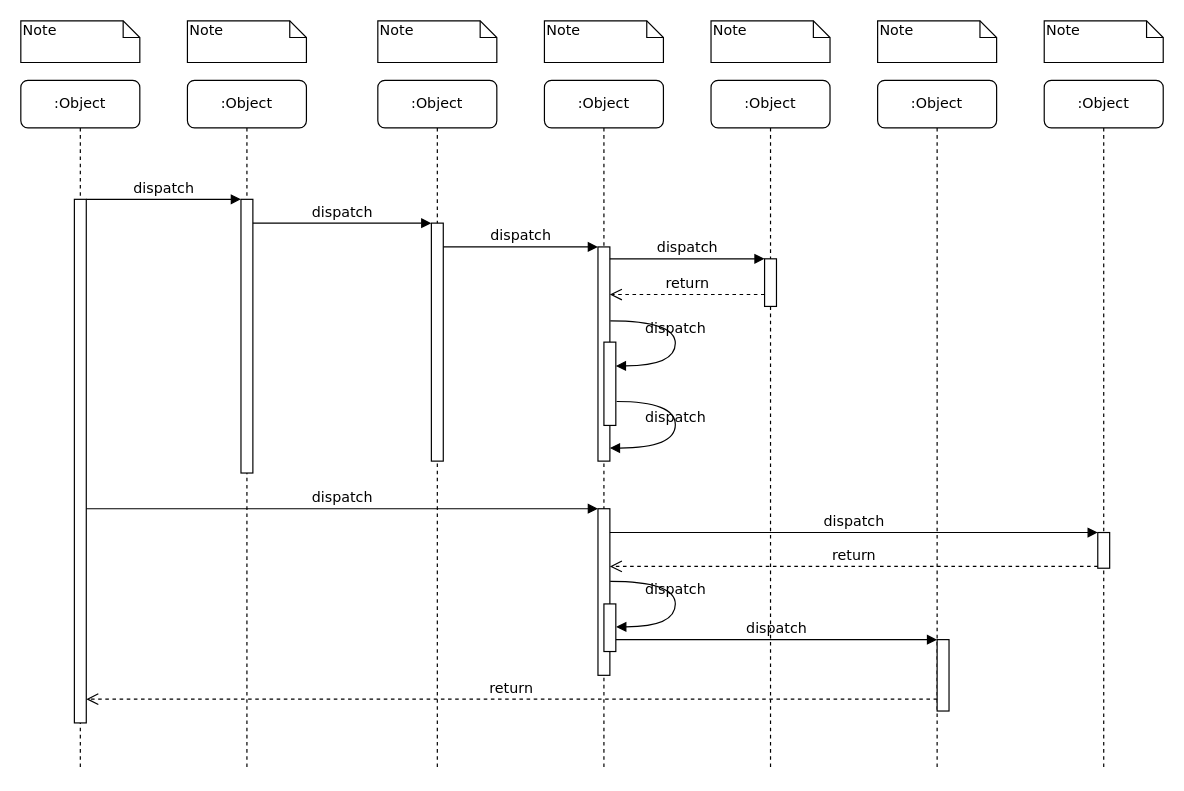
sf-test/org-repo keeps this draw.io diagram as create po flow.drawio. Above is the earlier version. Source tidied: cells renumbered, new cells numbered last; positions are measured from the earlier drawing's top-left corner, leaving out a move shared by most shapes. Both pictures are drawn from the tidied source at 119%, with x=0, y=0 at pixel (20, 20).
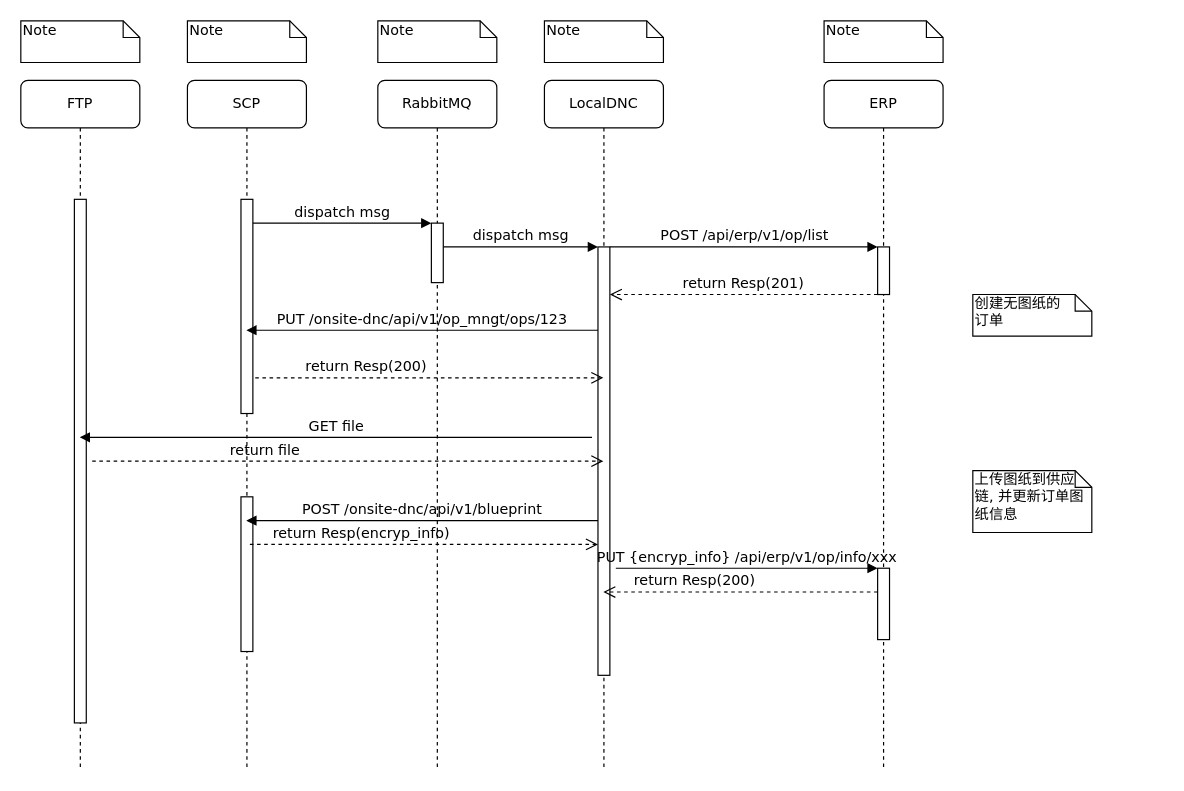
The same diagram, later.

Unchanged cells that the change refers to:
```xml
<mxCell id="11" style="html=1;points=[];perimeter=orthogonalPerimeter;rounded=0;shadow=0;comic=0;labelBackgroundColor=none;strokeWidth=1;fontFamily=Verdana;fontSize=12;align=center;" parent="10" vertex="1">
  <mxGeometry x="45" y="100" width="10" height="440" as="geometry" />
</mxCell>
```

What changed in the source:
```diff
@@
-    <mxCell id="2" value=":Object" style="shape=umlLifeline;perimeter=lifelinePerimeter;whiteSpace=wrap;html=1;outlineConnect=0;rounded=1;shadow=0;comic=0;labelBackgroundColor=none;strokeWidth=1;fontFamily=Verdana;fontSize=12;align=center;" parent="1" vertex="1">
+    <mxCell id="2" value="SCP" style="shape=umlLifeline;perimeter=lifelinePerimeter;whiteSpace=wrap;html=1;outlineConnect=0;rounded=1;shadow=0;comic=0;labelBackgroundColor=none;strokeWidth=1;fontFamily=Verdana;fontSize=12;align=center;" parent="1" vertex="1">
       <mxGeometry x="140" y="50" width="100" height="580" as="geometry" />
     </mxCell>
     <mxCell id="3" style="html=1;points=[];perimeter=orthogonalPerimeter;rounded=0;shadow=0;comic=0;labelBackgroundColor=none;strokeWidth=1;fontFamily=Verdana;fontSize=12;align=center;" parent="2" vertex="1">
-      <mxGeometry x="45" y="100" width="10" height="230" as="geometry" />
+      <mxGeometry x="45" y="100" width="10" height="180" as="geometry" />
     </mxCell>
+    <mxCell id="39" style="html=1;perimeter=orthogonalPerimeter;rounded=0;shadow=0;comic=0;labelBackgroundColor=none;strokeWidth=1;fontFamily=Verdana;fontSize=12;align=center;" parent="2" vertex="1">
+      <mxGeometry x="45" y="350" width="10" height="130" as="geometry" />
+    </mxCell>
-    <mxCell id="4" value=":Object" style="shape=umlLifeline;perimeter=lifelinePerimeter;whiteSpace=wrap;html=1;rounded=1;shadow=0;comic=0;labelBackgroundColor=none;strokeWidth=1;fontFamily=Verdana;fontSize=12;align=center;" parent="1" vertex="1">
+    <mxCell id="4" value="RabbitMQ" style="shape=umlLifeline;perimeter=lifelinePerimeter;whiteSpace=wrap;html=1;rounded=1;shadow=0;comic=0;labelBackgroundColor=none;strokeWidth=1;fontFamily=Verdana;fontSize=12;align=center;" parent="1" vertex="1">
       <mxGeometry x="300" y="50" width="100" height="580" as="geometry" />
     </mxCell>
     <mxCell id="5" style="html=1;points=[];perimeter=orthogonalPerimeter;rounded=0;shadow=0;comic=0;labelBackgroundColor=none;strokeWidth=1;fontFamily=Verdana;fontSize=12;align=center;" parent="4" vertex="1">
-      <mxGeometry x="45" y="120" width="10" height="200" as="geometry" />
+      <mxGeometry x="45" y="120" width="10" height="50" as="geometry" />
     </mxCell>
-    <mxCell id="6" value=":Object" style="shape=umlLifeline;perimeter=lifelinePerimeter;whiteSpace=wrap;html=1;outlineConnect=0;rounded=1;shadow=0;comic=0;labelBackgroundColor=none;strokeWidth=1;fontFamily=Verdana;fontSize=12;align=center;" parent="1" vertex="1">
+    <mxCell id="6" value="LocalDNC" style="shape=umlLifeline;perimeter=lifelinePerimeter;whiteSpace=wrap;html=1;outlineConnect=0;rounded=1;shadow=0;comic=0;labelBackgroundColor=none;strokeWidth=1;fontFamily=Verdana;fontSize=12;align=center;" parent="1" vertex="1">
       <mxGeometry x="440" y="50" width="100" height="580" as="geometry" />
     </mxCell>
-    <mxCell id="7" value=":Object" style="shape=umlLifeline;perimeter=lifelinePerimeter;whiteSpace=wrap;html=1;rounded=1;shadow=0;comic=0;labelBackgroundColor=none;strokeWidth=1;fontFamily=Verdana;fontSize=12;align=center;" parent="1" vertex="1">
-      <mxGeometry x="580" y="50" width="100" height="580" as="geometry" />
+    <mxCell id="7" value="ERP" style="shape=umlLifeline;perimeter=lifelinePerimeter;whiteSpace=wrap;html=1;rounded=1;shadow=0;comic=0;labelBackgroundColor=none;strokeWidth=1;fontFamily=Verdana;fontSize=12;align=center;" parent="1" vertex="1">
+      <mxGeometry x="675" y="50" width="100" height="580" as="geometry" />
     </mxCell>
-    <mxCell id="8" value=":Object" style="shape=umlLifeline;perimeter=lifelinePerimeter;whiteSpace=wrap;html=1;rounded=1;shadow=0;comic=0;labelBackgroundColor=none;strokeWidth=1;fontFamily=Verdana;fontSize=12;align=center;" parent="1" vertex="1">
-      <mxGeometry x="720" y="50" width="100" height="580" as="geometry" />
-    </mxCell>
-    <mxCell id="9" value=":Object" style="shape=umlLifeline;perimeter=lifelinePerimeter;whiteSpace=wrap;html=1;rounded=1;shadow=0;comic=0;labelBackgroundColor=none;strokeWidth=1;fontFamily=Verdana;fontSize=12;align=center;" parent="1" vertex="1">
-      <mxGeometry x="860" y="50" width="100" height="580" as="geometry" />
-    </mxCell>
+    <mxCell id="22" style="html=1;points=[];perimeter=orthogonalPerimeter;rounded=0;shadow=0;comic=0;labelBackgroundColor=none;strokeWidth=1;fontFamily=Verdana;fontSize=12;align=center;" parent="7" vertex="1">
+      <mxGeometry x="45" y="410" width="10" height="60" as="geometry" />
+    </mxCell>
-    <mxCell id="10" value=":Object" style="shape=umlLifeline;perimeter=lifelinePerimeter;whiteSpace=wrap;html=1;outlineConnect=0;rounded=1;shadow=0;comic=0;labelBackgroundColor=none;strokeWidth=1;fontFamily=Verdana;fontSize=12;align=center;" parent="1" vertex="1">
+    <mxCell id="10" value="FTP" style="shape=umlLifeline;perimeter=lifelinePerimeter;whiteSpace=wrap;html=1;outlineConnect=0;rounded=1;shadow=0;comic=0;labelBackgroundColor=none;strokeWidth=1;fontFamily=Verdana;fontSize=12;align=center;" parent="1" vertex="1">
       <mxGeometry y="50" width="100" height="580" as="geometry" />
     </mxCell>
@@
     <mxCell id="12" style="html=1;points=[];perimeter=orthogonalPerimeter;rounded=0;shadow=0;comic=0;labelBackgroundColor=none;strokeWidth=1;fontFamily=Verdana;fontSize=12;align=center;" parent="1" vertex="1">
-      <mxGeometry x="485" y="190" width="10" height="180" as="geometry" />
+      <mxGeometry x="485" y="190" width="10" height="360" as="geometry" />
     </mxCell>
-    <mxCell id="13" value="dispatch" style="html=1;verticalAlign=bottom;endArrow=block;labelBackgroundColor=none;fontFamily=Verdana;fontSize=12;edgeStyle=elbowEdgeStyle;elbow=vertical;" parent="1" edge="1" source="5" target="12">
+    <mxCell id="13" value="dispatch msg" style="html=1;verticalAlign=bottom;endArrow=block;labelBackgroundColor=none;fontFamily=Verdana;fontSize=12;edgeStyle=elbowEdgeStyle;elbow=vertical;" parent="1" edge="1" source="5" target="12">
       <mxGeometry relative="1" as="geometry">
         <Array as="points">
           <mxPoint x="360" y="190" />
         </Array>
       </mxGeometry>
     </mxCell>
     <mxCell id="14" style="html=1;points=[];perimeter=orthogonalPerimeter;rounded=0;shadow=0;comic=0;labelBackgroundColor=none;strokeWidth=1;fontFamily=Verdana;fontSize=12;align=center;" parent="1" vertex="1">
-      <mxGeometry x="625" y="200" width="10" height="40" as="geometry" />
+      <mxGeometry x="720" y="190" width="10" height="40" as="geometry" />
     </mxCell>
-    <mxCell id="15" value="dispatch" style="html=1;verticalAlign=bottom;endArrow=block;entryX=0;entryY=0;labelBackgroundColor=none;fontFamily=Verdana;fontSize=12;edgeStyle=elbowEdgeStyle;elbow=vertical;" parent="1" edge="1" source="12" target="14">
+    <mxCell id="15" value="POST /api/erp/v1/op/list" style="html=1;verticalAlign=bottom;endArrow=block;entryX=0;entryY=0;labelBackgroundColor=none;fontFamily=Verdana;fontSize=12;edgeStyle=elbowEdgeStyle;elbow=vertical;" parent="1" edge="1" source="12" target="14">
       <mxGeometry relative="1" as="geometry" />
     </mxCell>
-    <mxCell id="16" value="return" style="html=1;verticalAlign=bottom;endArrow=open;dashed=1;endSize=8;labelBackgroundColor=none;fontFamily=Verdana;fontSize=12;edgeStyle=elbowEdgeStyle;elbow=vertical;" parent="1" edge="1" source="14" target="12">
+    <mxCell id="16" value="return Resp(201)" style="html=1;verticalAlign=bottom;endArrow=open;dashed=1;endSize=8;labelBackgroundColor=none;fontFamily=Verdana;fontSize=12;edgeStyle=elbowEdgeStyle;elbow=vertical;" parent="1" edge="1" source="14" target="12">
       <mxGeometry relative="1" as="geometry">
         <Array as="points">
           <mxPoint x="570" y="230" />
           <mxPoint x="600" y="230" />
         </Array>
       </mxGeometry>
     </mxCell>
-    <mxCell id="17" style="html=1;points=[];perimeter=orthogonalPerimeter;rounded=0;shadow=0;comic=0;labelBackgroundColor=none;strokeWidth=1;fontFamily=Verdana;fontSize=12;align=center;" parent="1" vertex="1">
-      <mxGeometry x="485" y="410" width="10" height="140" as="geometry" />
-    </mxCell>
-    <mxCell id="18" value="dispatch" style="html=1;verticalAlign=bottom;endArrow=block;entryX=0;entryY=0;labelBackgroundColor=none;fontFamily=Verdana;fontSize=12;" parent="1" edge="1" source="11" target="17">
-      <mxGeometry relative="1" as="geometry" />
-    </mxCell>
-    <mxCell id="19" style="html=1;points=[];perimeter=orthogonalPerimeter;rounded=0;shadow=0;comic=0;labelBackgroundColor=none;strokeColor=#000000;strokeWidth=1;fillColor=#FFFFFF;fontFamily=Verdana;fontSize=12;fontColor=#000000;align=center;" parent="1" vertex="1">
-      <mxGeometry x="905" y="430" width="10" height="30" as="geometry" />
-    </mxCell>
-    <mxCell id="20" value="dispatch" style="html=1;verticalAlign=bottom;endArrow=block;entryX=0;entryY=0;labelBackgroundColor=none;fontFamily=Verdana;fontSize=12;" parent="1" edge="1" source="17" target="19">
-      <mxGeometry relative="1" as="geometry" />
-    </mxCell>
-    <mxCell id="21" value="return" style="html=1;verticalAlign=bottom;endArrow=open;dashed=1;endSize=8;exitX=0;exitY=0.95;labelBackgroundColor=none;fontFamily=Verdana;fontSize=12;" parent="1" edge="1" source="19" target="17">
-      <mxGeometry relative="1" as="geometry" />
-    </mxCell>
-    <mxCell id="22" style="html=1;points=[];perimeter=orthogonalPerimeter;rounded=0;shadow=0;comic=0;labelBackgroundColor=none;strokeWidth=1;fontFamily=Verdana;fontSize=12;align=center;" parent="1" vertex="1">
-      <mxGeometry x="770" y="520" width="10" height="60" as="geometry" />
-    </mxCell>
-    <mxCell id="23" value="dispatch" style="html=1;verticalAlign=bottom;endArrow=block;entryX=0;entryY=0;labelBackgroundColor=none;fontFamily=Verdana;fontSize=12;edgeStyle=elbowEdgeStyle;elbow=vertical;" parent="1" edge="1" source="30" target="22">
-      <mxGeometry relative="1" as="geometry" />
+    <mxCell id="23" value="PUT {encryp_info} /api/erp/v1/op/info/xxx" style="html=1;verticalAlign=bottom;endArrow=block;entryX=0;entryY=0;labelBackgroundColor=none;fontFamily=Verdana;fontSize=12;edgeStyle=elbowEdgeStyle;elbow=vertical;" parent="1" edge="1" target="22">
+      <mxGeometry relative="1" as="geometry">
+        <mxPoint x="500" y="460" as="sourcePoint" />
+        <Array as="points">
+          <mxPoint x="560" y="460" />
+          <mxPoint x="640" y="520" />
+        </Array>
+      </mxGeometry>
     </mxCell>
-    <mxCell id="24" value="return" style="html=1;verticalAlign=bottom;endArrow=open;dashed=1;endSize=8;labelBackgroundColor=none;fontFamily=Verdana;fontSize=12;edgeStyle=elbowEdgeStyle;elbow=vertical;" parent="1" edge="1" source="22" target="11">
-      <mxGeometry relative="1" as="geometry">
-        <Array as="points">
-          <mxPoint x="470" y="570" />
-        </Array>
-      </mxGeometry>
-    </mxCell>
-    <mxCell id="25" value="dispatch" style="html=1;verticalAlign=bottom;endArrow=block;entryX=0;entryY=0;labelBackgroundColor=none;fontFamily=Verdana;fontSize=12;edgeStyle=elbowEdgeStyle;elbow=vertical;" parent="1" edge="1" source="11" target="3">
-      <mxGeometry relative="1" as="geometry" />
-    </mxCell>
-    <mxCell id="26" value="dispatch" style="html=1;verticalAlign=bottom;endArrow=block;entryX=0;entryY=0;labelBackgroundColor=none;fontFamily=Verdana;fontSize=12;edgeStyle=elbowEdgeStyle;elbow=vertical;" parent="1" edge="1" source="3" target="5">
+    <mxCell id="26" value="&lt;div&gt;dispatch msg&lt;br&gt;&lt;/div&gt;" style="html=1;verticalAlign=bottom;endArrow=block;entryX=0;entryY=0;labelBackgroundColor=none;fontFamily=Verdana;fontSize=12;edgeStyle=elbowEdgeStyle;elbow=vertical;" parent="1" edge="1" source="3" target="5">
       <mxGeometry relative="1" as="geometry" />
     </mxCell>
-    <mxCell id="27" style="html=1;points=[];perimeter=orthogonalPerimeter;rounded=0;shadow=0;comic=0;labelBackgroundColor=none;strokeWidth=1;fontFamily=Verdana;fontSize=12;align=center;" parent="1" vertex="1">
-      <mxGeometry x="490" y="270" width="10" height="70" as="geometry" />
-    </mxCell>
-    <mxCell id="28" value="dispatch" style="html=1;verticalAlign=bottom;endArrow=block;labelBackgroundColor=none;fontFamily=Verdana;fontSize=12;elbow=vertical;edgeStyle=orthogonalEdgeStyle;curved=1;entryX=1;entryY=0.286;entryPerimeter=0;exitX=1.038;exitY=0.345;exitPerimeter=0;" parent="1" edge="1" source="12" target="27">
-      <mxGeometry relative="1" as="geometry">
-        <Array as="points">
-          <mxPoint x="550" y="252" />
-          <mxPoint x="550" y="290" />
-        </Array>
-      </mxGeometry>
-    </mxCell>
-    <mxCell id="29" value="dispatch" style="html=1;verticalAlign=bottom;endArrow=block;labelBackgroundColor=none;fontFamily=Verdana;fontSize=12;elbow=vertical;edgeStyle=orthogonalEdgeStyle;curved=1;exitX=1.066;exitY=0.713;exitPerimeter=0;" parent="1" edge="1" source="27">
-      <mxGeometry relative="1" as="geometry">
-        <mxPoint x="495" y="359" as="targetPoint" />
-        <Array as="points">
-          <mxPoint x="550" y="320" />
-          <mxPoint x="550" y="359" />
-        </Array>
-      </mxGeometry>
-    </mxCell>
-    <mxCell id="30" style="html=1;points=[];perimeter=orthogonalPerimeter;rounded=0;shadow=0;comic=0;labelBackgroundColor=none;strokeWidth=1;fontFamily=Verdana;fontSize=12;align=center;" parent="1" vertex="1">
-      <mxGeometry x="490" y="490" width="10" height="40" as="geometry" />
-    </mxCell>
-    <mxCell id="31" value="dispatch" style="html=1;verticalAlign=bottom;endArrow=block;labelBackgroundColor=none;fontFamily=Verdana;fontSize=12;elbow=vertical;edgeStyle=orthogonalEdgeStyle;curved=1;entryX=1;entryY=0.286;entryPerimeter=0;exitX=1.038;exitY=0.345;exitPerimeter=0;" parent="1" edge="1">
-      <mxGeometry relative="1" as="geometry">
-        <mxPoint x="495.3" y="471" as="sourcePoint" />
-        <mxPoint x="500.3" y="509.3" as="targetPoint" />
-        <Array as="points">
-          <mxPoint x="550" y="471" />
-          <mxPoint x="550" y="509" />
-        </Array>
-      </mxGeometry>
-    </mxCell>
@@
     <mxCell id="36" value="Note" style="shape=note;whiteSpace=wrap;html=1;size=14;verticalAlign=top;align=left;spacingTop=-6;rounded=0;shadow=0;comic=0;labelBackgroundColor=none;strokeWidth=1;fontFamily=Verdana;fontSize=12;" parent="1" vertex="1">
-      <mxGeometry x="580" width="100" height="35" as="geometry" />
+      <mxGeometry x="675" width="100" height="35" as="geometry" />
     </mxCell>
-    <mxCell id="37" value="Note" style="shape=note;whiteSpace=wrap;html=1;size=14;verticalAlign=top;align=left;spacingTop=-6;rounded=0;shadow=0;comic=0;labelBackgroundColor=none;strokeWidth=1;fontFamily=Verdana;fontSize=12;" parent="1" vertex="1">
-      <mxGeometry x="720" width="100" height="35" as="geometry" />
-    </mxCell>
-    <mxCell id="38" value="Note" style="shape=note;whiteSpace=wrap;html=1;size=14;verticalAlign=top;align=left;spacingTop=-6;rounded=0;shadow=0;comic=0;labelBackgroundColor=none;strokeWidth=1;fontFamily=Verdana;fontSize=12;" parent="1" vertex="1">
-      <mxGeometry x="860" width="100" height="35" as="geometry" />
-    </mxCell>
+    <mxCell id="40" value="PUT /onsite-dnc/api/v1/op_mngt/ops/123 " style="html=1;verticalAlign=bottom;endArrow=block;labelBackgroundColor=none;fontFamily=Verdana;fontSize=12;edgeStyle=elbowEdgeStyle;elbow=vertical;" parent="1" edge="1" target="2">
+      <mxGeometry relative="1" as="geometry">
+        <mxPoint x="485" y="260" as="sourcePoint" />
+      </mxGeometry>
+    </mxCell>
+    <mxCell id="41" value="return Resp(200)" style="html=1;verticalAlign=bottom;endArrow=open;dashed=1;endSize=8;labelBackgroundColor=none;fontFamily=Verdana;fontSize=12;edgeStyle=elbowEdgeStyle;elbow=vertical;" parent="1" edge="1" target="6">
+      <mxGeometry x="-0.23" y="-20" relative="1" as="geometry">
+        <mxPoint x="197" y="300" as="sourcePoint" />
+        <Array as="points">
+          <mxPoint x="310" y="300" />
+        </Array>
+        <mxPoint x="-20" y="-20" as="offset" />
+      </mxGeometry>
+    </mxCell>
+    <mxCell id="42" value="GET file" style="html=1;verticalAlign=bottom;endArrow=block;labelBackgroundColor=none;fontFamily=Verdana;fontSize=12;" parent="1" edge="1" target="10">
+      <mxGeometry relative="1" as="geometry">
+        <mxPoint x="480" y="350" as="sourcePoint" />
+      </mxGeometry>
+    </mxCell>
+    <mxCell id="43" value="return file" style="html=1;verticalAlign=bottom;endArrow=open;dashed=1;endSize=8;labelBackgroundColor=none;fontFamily=Verdana;fontSize=12;edgeStyle=elbowEdgeStyle;elbow=vertical;" parent="1" edge="1" target="6">
+      <mxGeometry x="-0.23" y="-20" relative="1" as="geometry">
+        <mxPoint x="60" y="370" as="sourcePoint" />
+        <Array as="points">
+          <mxPoint x="173" y="370" />
+        </Array>
+        <mxPoint x="-20" y="-20" as="offset" />
+      </mxGeometry>
+    </mxCell>
+    <mxCell id="44" value="POST /onsite-dnc/api/v1/blueprint" style="html=1;verticalAlign=bottom;endArrow=block;labelBackgroundColor=none;fontFamily=Verdana;fontSize=12;edgeStyle=elbowEdgeStyle;elbow=vertical;" parent="1" edge="1">
+      <mxGeometry relative="1" as="geometry">
+        <mxPoint x="485" y="420" as="sourcePoint" />
+        <mxPoint x="189.5" y="420" as="targetPoint" />
+      </mxGeometry>
+    </mxCell>
+    <mxCell id="45" value="return Resp(encryp_info)" style="html=1;verticalAlign=bottom;endArrow=open;dashed=1;endSize=8;labelBackgroundColor=none;fontFamily=Verdana;fontSize=12;edgeStyle=elbowEdgeStyle;elbow=vertical;" parent="1" edge="1">
+      <mxGeometry x="-0.23" y="-20" relative="1" as="geometry">
+        <mxPoint x="192.5" y="440" as="sourcePoint" />
+        <mxPoint x="485" y="440" as="targetPoint" />
+        <Array as="points">
+          <mxPoint x="305.5" y="440" />
+        </Array>
+        <mxPoint x="-20" y="-20" as="offset" />
+      </mxGeometry>
+    </mxCell>
+    <mxCell id="46" value="return Resp(200)" style="html=1;verticalAlign=bottom;endArrow=open;dashed=1;endSize=8;labelBackgroundColor=none;fontFamily=Verdana;fontSize=12;edgeStyle=elbowEdgeStyle;elbow=vertical;" parent="1" edge="1" target="6">
+      <mxGeometry x="0.34" relative="1" as="geometry">
+        <mxPoint x="720" y="480" as="sourcePoint" />
+      </mxGeometry>
+    </mxCell>
+    <mxCell id="47" value="&lt;div&gt;创建无图纸的&lt;/div&gt;&lt;div&gt;订单&lt;/div&gt;" style="shape=note;whiteSpace=wrap;html=1;size=14;verticalAlign=top;align=left;spacingTop=-6;rounded=0;shadow=0;comic=0;labelBackgroundColor=none;strokeWidth=1;fontFamily=Verdana;fontSize=12;" parent="1" vertex="1">
+      <mxGeometry x="800" y="230" width="100" height="35" as="geometry" />
+    </mxCell>
+    <mxCell id="48" value="&lt;div&gt;上传图纸到供应&lt;/div&gt;&lt;div&gt;链, 并更新订单图纸信息&lt;br&gt;&lt;/div&gt;" style="shape=note;whiteSpace=wrap;html=1;size=14;verticalAlign=top;align=left;spacingTop=-6;rounded=0;shadow=0;comic=0;labelBackgroundColor=none;strokeWidth=1;fontFamily=Verdana;fontSize=12;" parent="1" vertex="1">
+      <mxGeometry x="800" y="378" width="100" height="52" as="geometry" />
+    </mxCell>
```
